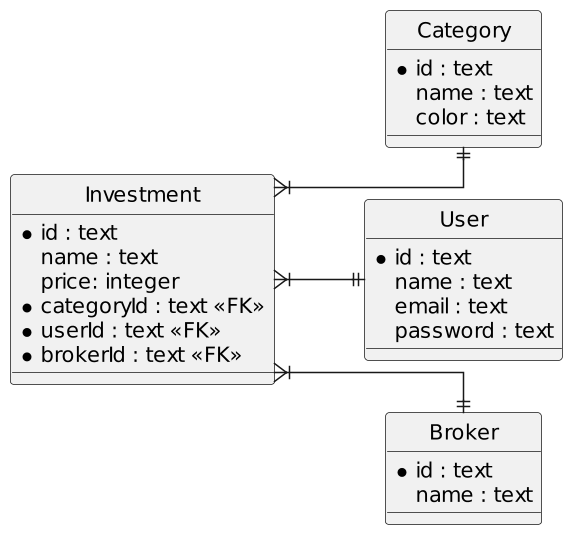
This is public/imgs/expressjs/auth/database.png from ifpb/lp2, a PlantUML export, as it was before one commit. The source it was exported from:
```plantuml
@startuml
hide circle
scale 1.5
skinparam linetype ortho
skinparam monochrome true
left to right direction

entity "Investment" as investiment {
  *id : text
  name : text
  price: integer
  *categoryId : text <<FK>>
  *userId : text <<FK>>
  *brokerId : text <<FK>>
}

entity "Category" as category {
  *id : text
  name : text
  color : text
}

entity "User" as user {
  *id : text
  name : text
  email : text
  password : text
}

entity "Broker" as broker {
  *id : text
  name : text
}

investiment }|--|| category
investiment }|--|| user
investiment }|--|| broker
@enduml
```
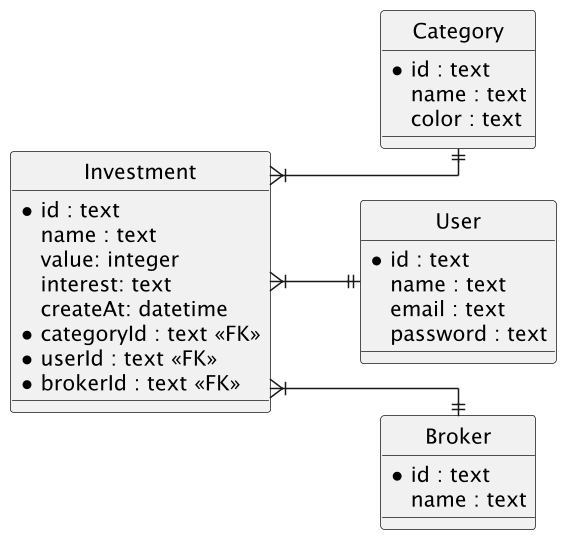
After the commit.

Change to the diagram source:
```diff
@@ -8,7 +8,9 @@
 entity "Investment" as investiment {
   *id : text
   name : text
-  price: integer
+  value: integer
+  interest: text
+  createAt: datetime
   *categoryId : text <<FK>>
   *userId : text <<FK>>
   *brokerId : text <<FK>>
```
